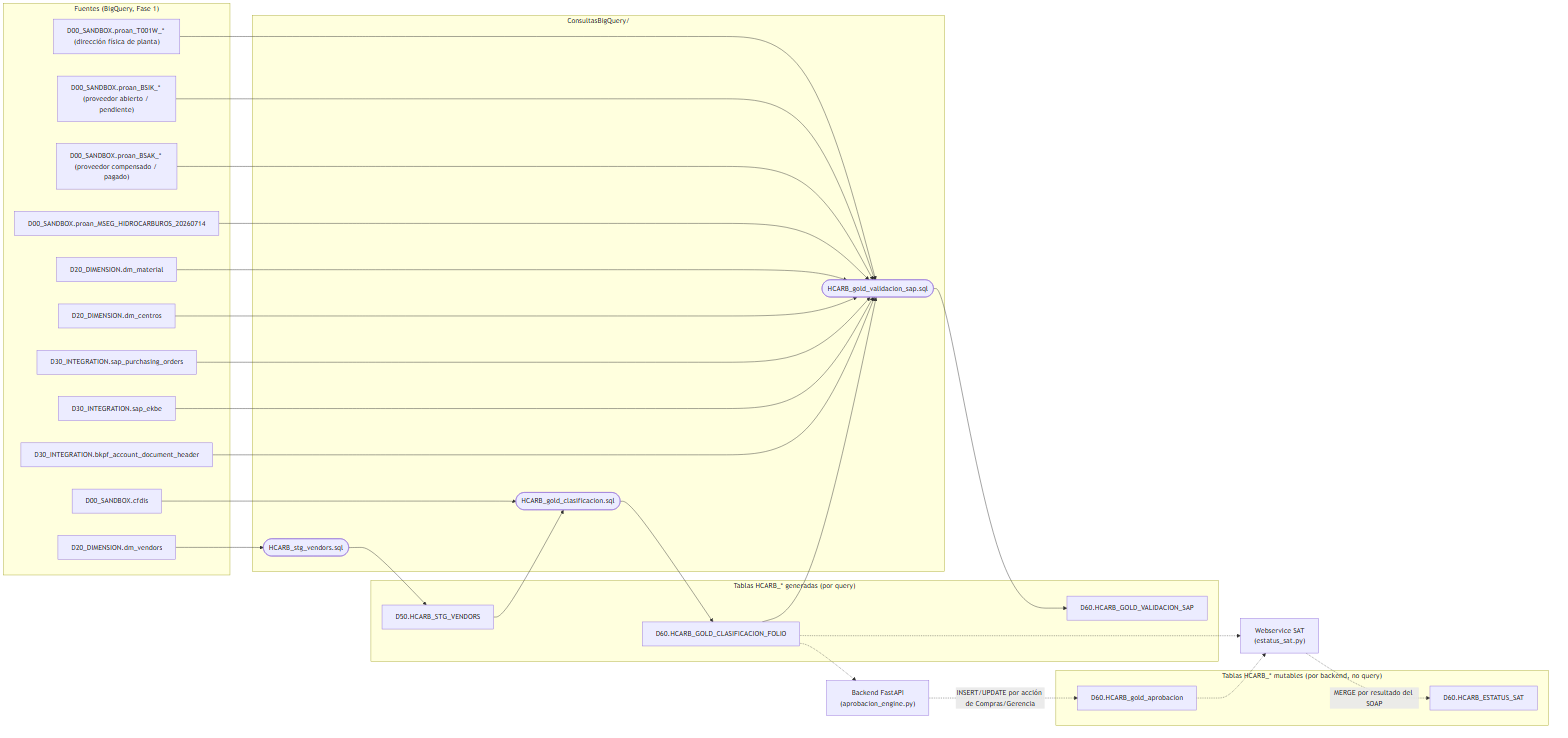
Before: ConsultasBigQuery/linaje-tablas.png, a diagram exported from Mermaid (quantrueSL/proan-hidrocarburos). Its source is kept beside it as ConsultasBigQuery/linaje-tablas.mmd.
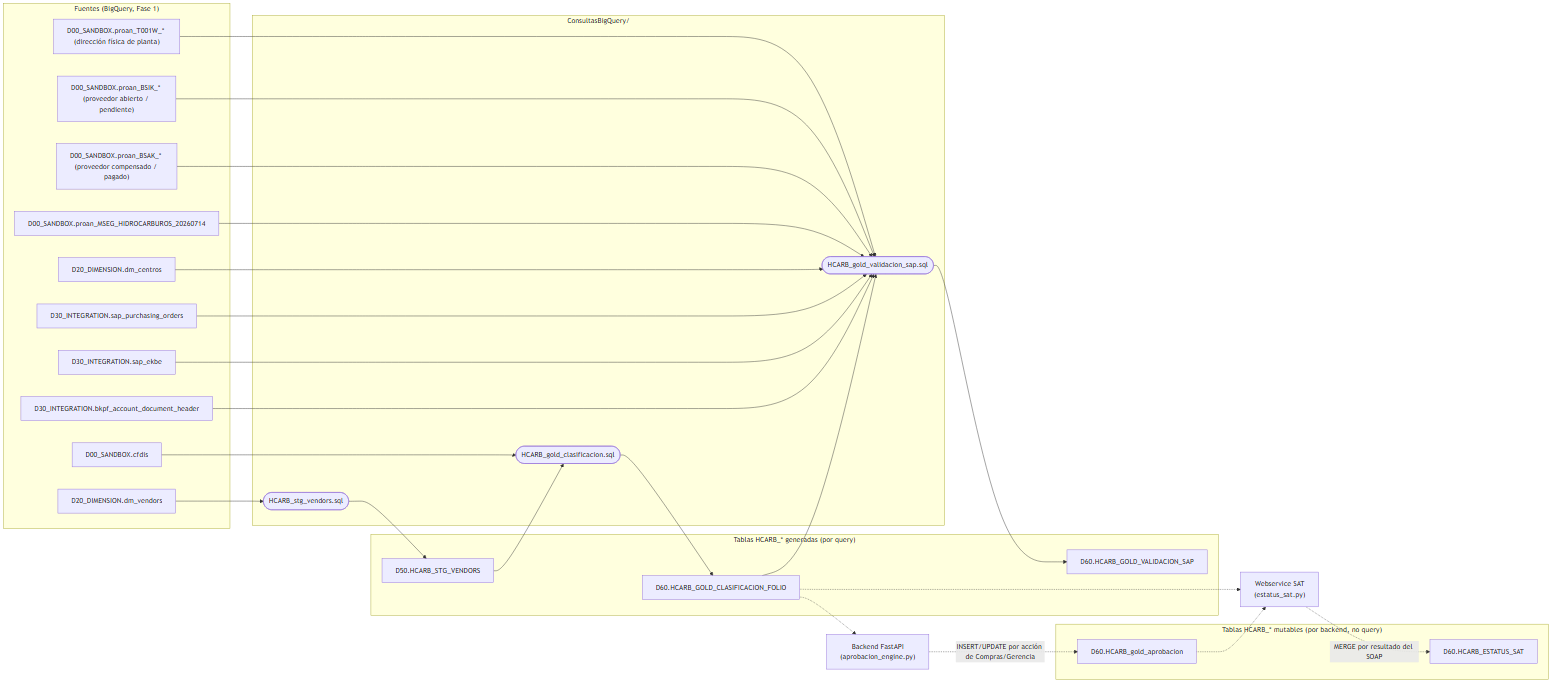
After the change.

Change to the diagram source:
```diff
@@ -6,7 +6,6 @@
         ekbe["D30_INTEGRATION.sap_ekbe"]
         po["D30_INTEGRATION.sap_purchasing_orders"]
         centros["D20_DIMENSION.dm_centros"]
-        material["D20_DIMENSION.dm_material"]
         mseg["D00_SANDBOX.proan_MSEG_HIDROCARBUROS_20260714"]
         bsak["D00_SANDBOX.proan_BSAK_* (proveedor compensado / pagado)"]
         bsik["D00_SANDBOX.proan_BSIK_* (proveedor abierto / pendiente)"]
@@ -45,7 +44,6 @@
     ekbe --> q3
     po --> q3
     centros --> q3
-    material --> q3
     mseg --> q3
     bsak --> q3
     bsik --> q3
```
